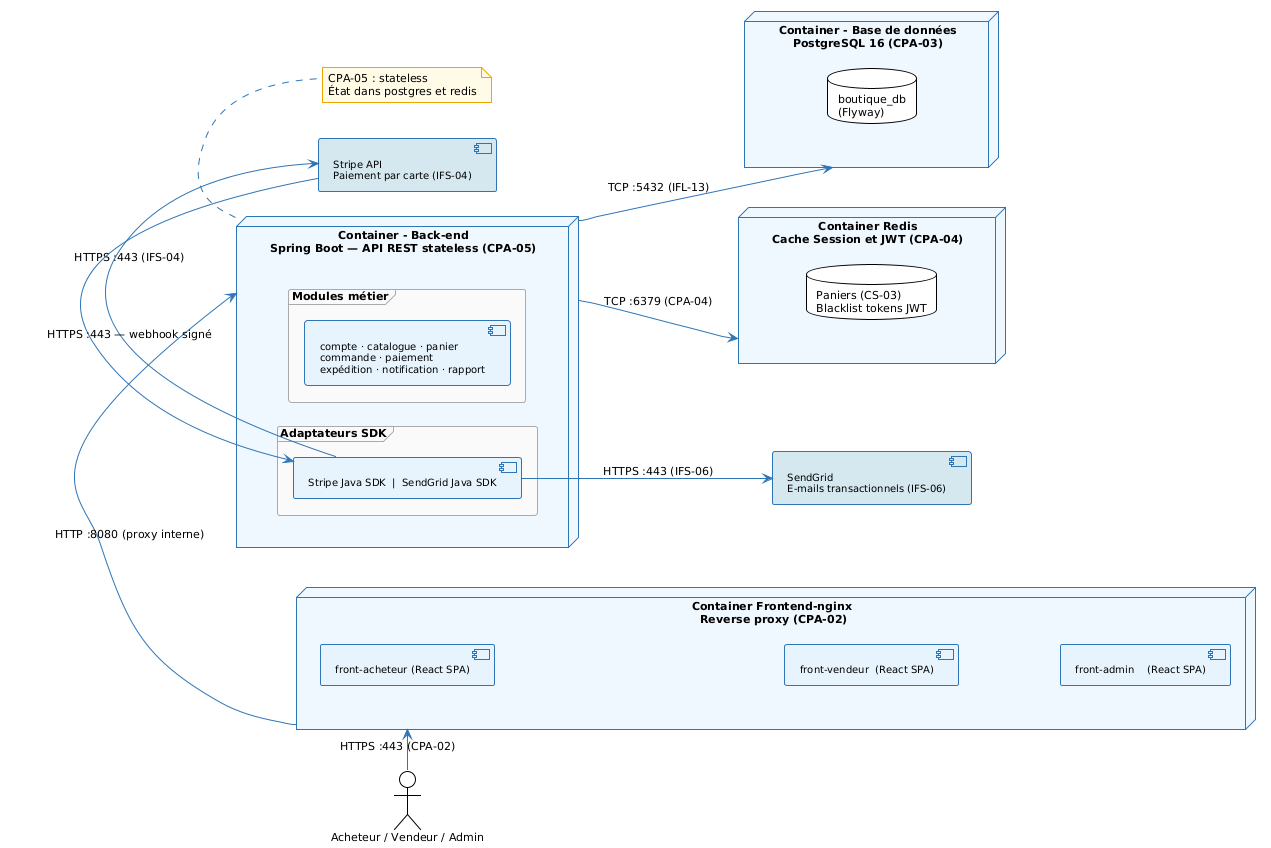
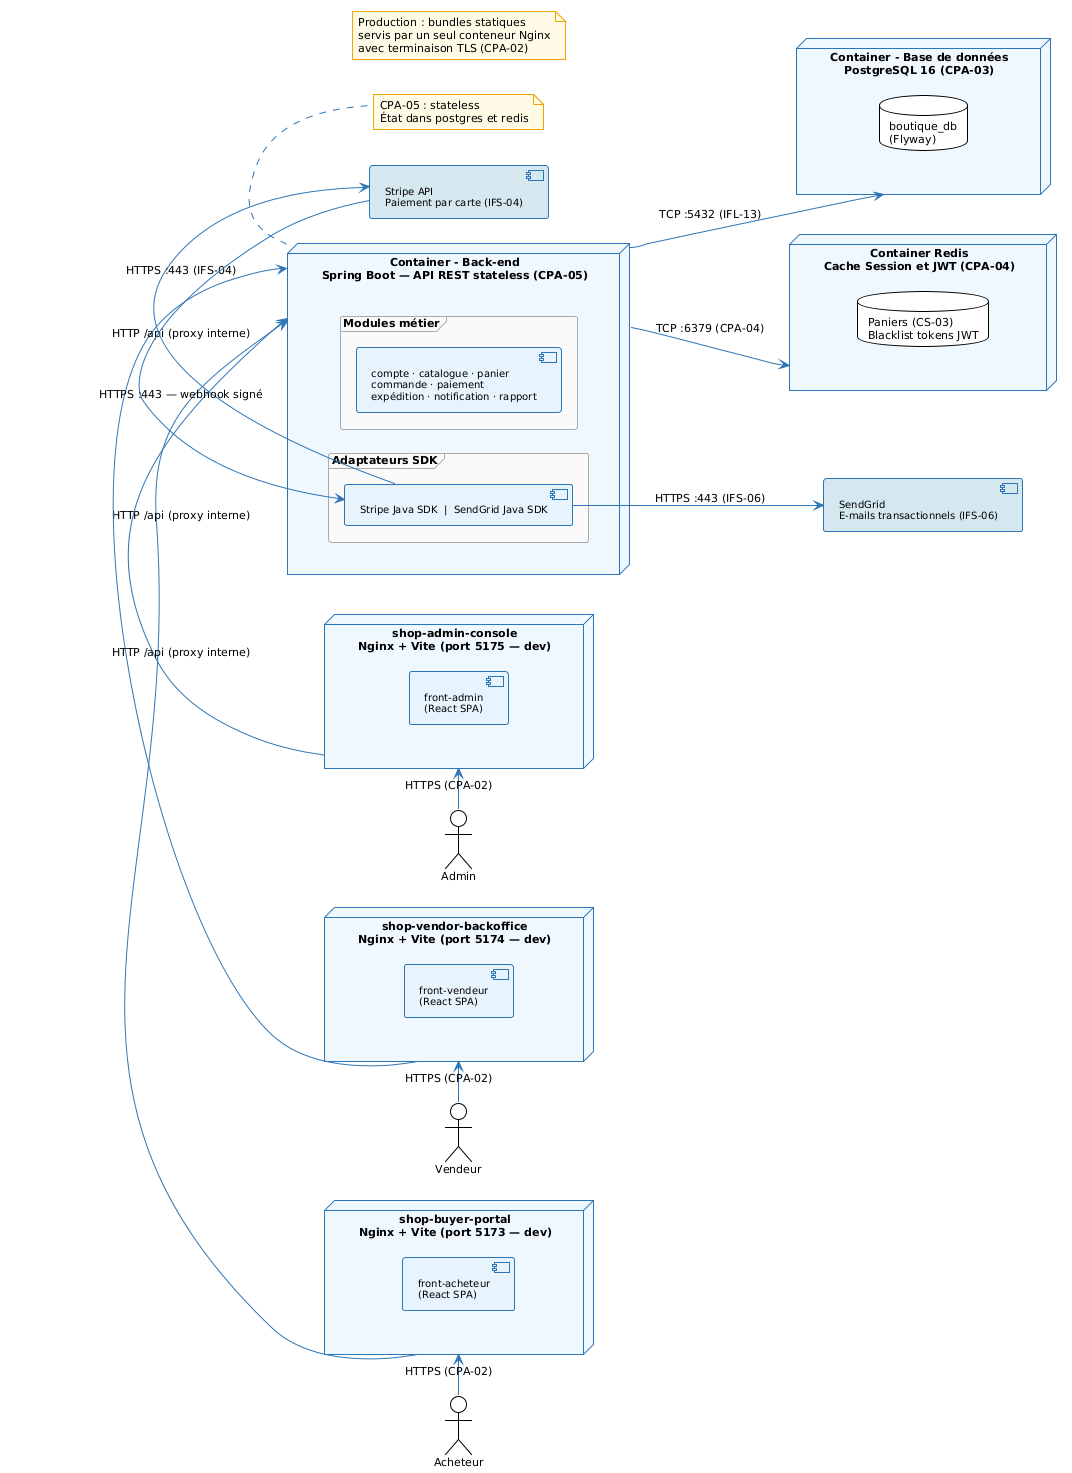
@startuml pa-deployment
!theme plain
skinparam shadowing false
skinparam defaultFontSize 11
skinparam defaultFontName "DejaVu Sans"
left to right direction

skinparam node {
  BackgroundColor #F0F8FF
  BorderColor #2E75B6
  FontSize 11
}
skinparam component {
  BackgroundColor #E8F4FD
  BorderColor #2E75B6
  FontSize 10
}
skinparam frame {
  BackgroundColor #FAFAFA
  BorderColor #AAAAAA
}
skinparam note {
  BackgroundColor #FFFBE6
  BorderColor #F0A500
}
skinparam ArrowColor #2E75B6

- actor "Acheteur / Vendeur / Admin" as User
+ actor "Acheteur" as UserB
+ actor "Vendeur"  as UserV
+ actor "Admin"    as UserA

- node "Container Frontend-nginx\n Reverse proxy (CPA-02)" as Nginx {
-   component "front-acheteur (React SPA)" as FrontB
-   component "front-vendeur  (React SPA)" as FrontV
-   component "front-admin    (React SPA)" as FrontA
-   FrontB -[hidden]down-> FrontV
-   FrontV -[hidden]down-> FrontA
+ node "shop-buyer-portal\nNginx + Vite (port 5173 — dev)" as BuyerNode {
+   component "front-acheteur\n(React SPA)" as FrontB
}
+ 
+ node "shop-vendor-backoffice\nNginx + Vite (port 5174 — dev)" as VendorNode {
+   component "front-vendeur\n(React SPA)" as FrontV
+ }
+ 
+ node "shop-admin-console\nNginx + Vite (port 5175 — dev)" as AdminNode {
+   component "front-admin\n(React SPA)" as FrontA
+ }
+ 
+ note "Production : bundles statiques\nservis par un seul conteneur Nginx\navec terminaison TLS (CPA-02)" as NoteNginxProd

node "Container - Back-end\nSpring Boot — API REST stateless (CPA-05)" as AppServer {
  frame "Modules métier" as ModulesFrame {
    component "compte · catalogue · panier\ncommande · paiement\nexpédition · notification · rapport" as Modules
  }
  frame "Adaptateurs SDK" as AdaptersFrame {
    component "Stripe Java SDK  |  SendGrid Java SDK" as Adapters
  }
}

node "Container - Base de données\nPostgreSQL 16 (CPA-03)" as DB {
  database "boutique_db\n(Flyway)" as PgDB
}

node "Container Redis\nCache Session et JWT (CPA-04)" as Cache {
  database "Paniers (CS-03)\nBlacklist tokens JWT" as RedisDB
}

component "Stripe API\nPaiement par carte (IFS-04)" as Stripe #D5E8F0
component "SendGrid\nE-mails transactionnels (IFS-06)" as SendGrid #D5E8F0

- User        -right->  Nginx      : HTTPS :443 (CPA-02)
- Nginx       -right->  AppServer  : HTTP :8080 (proxy interne)
+ UserB       -right->  BuyerNode   : HTTPS (CPA-02)
+ UserV       -right->  VendorNode  : HTTPS (CPA-02)
+ UserA       -right->  AdminNode   : HTTPS (CPA-02)
+ BuyerNode   -right->  AppServer   : HTTP /api (proxy interne)
+ VendorNode  -right->  AppServer   : HTTP /api (proxy interne)
+ AdminNode   -right->  AppServer   : HTTP /api (proxy interne)
AppServer   -down->   DB         : TCP :5432 (IFL-13)
AppServer   -down->   Cache      : TCP :6379 (CPA-04)
Adapters    -right->  Stripe     : HTTPS :443 (IFS-04)
Stripe      -right->  Adapters   : HTTPS :443 — webhook signé
Adapters    -down->   SendGrid   : HTTPS :443 (IFS-06)

note bottom of AppServer
  CPA-05 : stateless
  État dans postgres et redis
end note

@enduml
